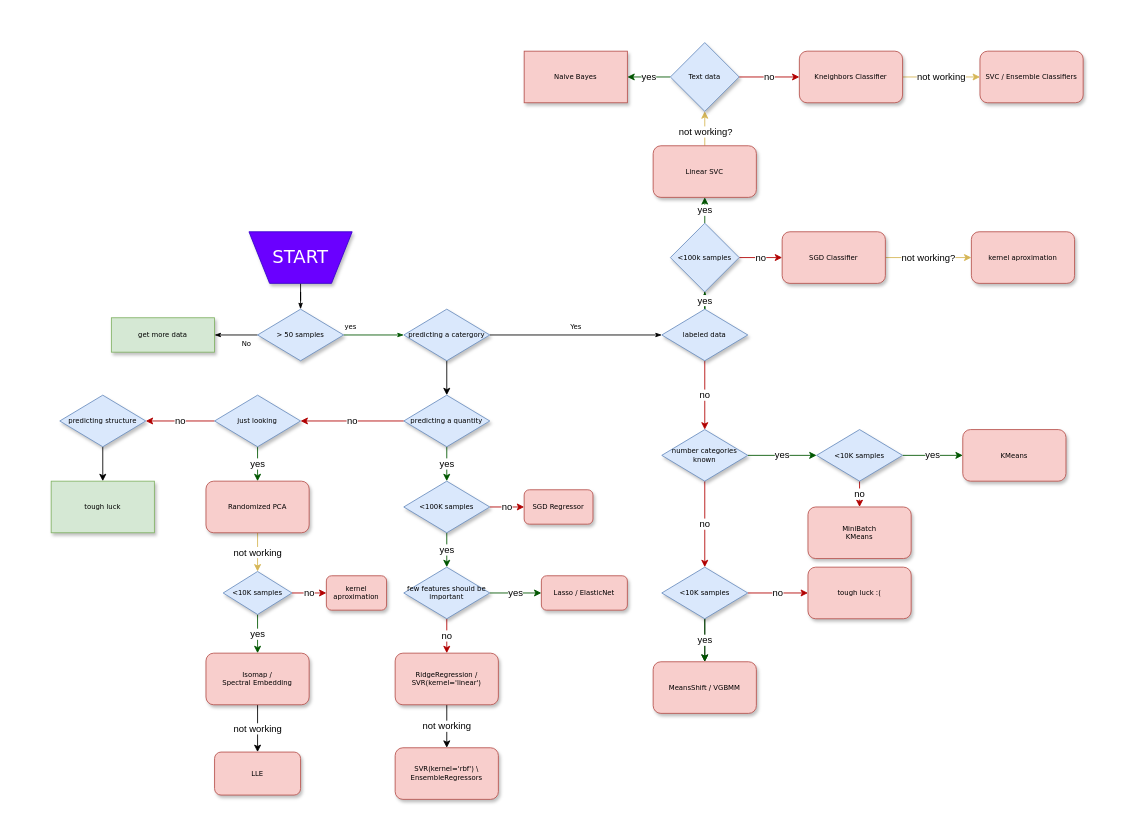
tomiock/sklearn-pipeline keeps this draw.io diagram as flow.drawio. Above is the earlier version. Source tidied: cells renumbered, new cells numbered last; positions are measured from the earlier drawing's top-left corner, leaving out a move shared by most shapes. Both pictures are drawn from the tidied source at 86%, with x=0, y=0 at pixel (51, 42).
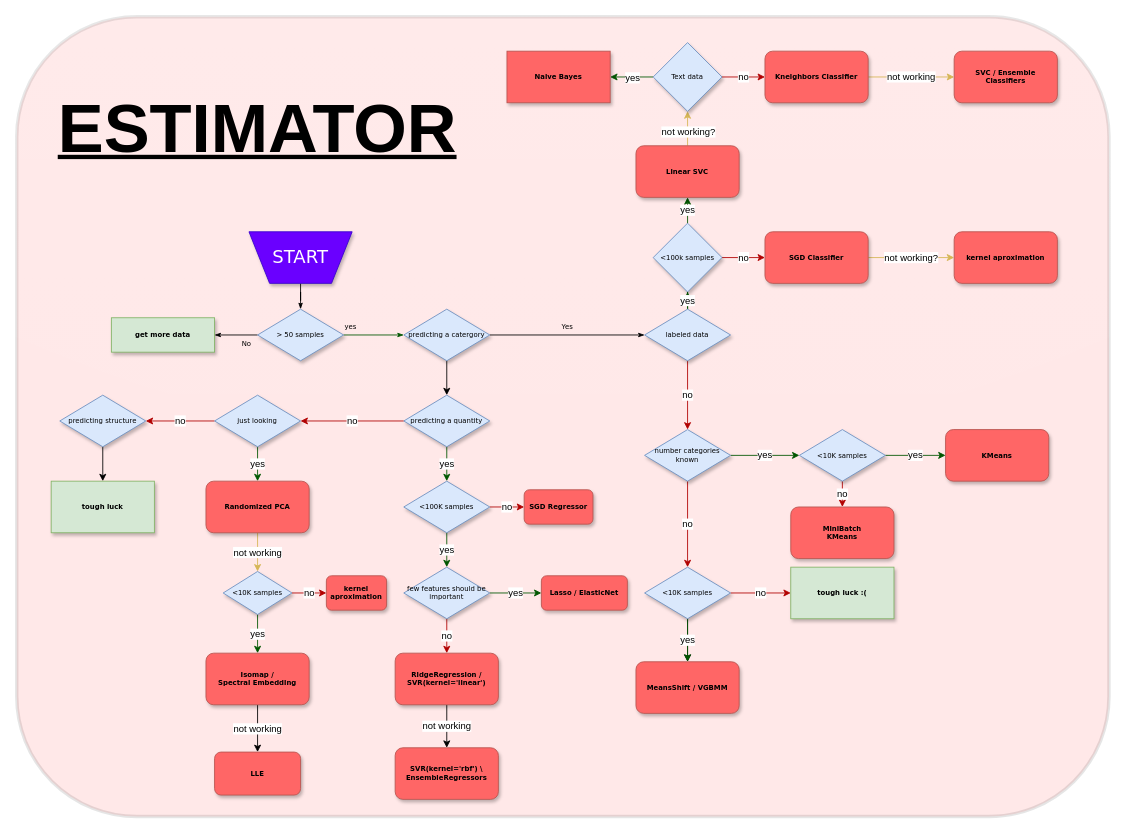
The same page after the edit.

What changed in the source:
```diff
@@
+    <mxCell id="73" style="rounded=1;whiteSpace=wrap;html=1;fontSize=11;fillColor=#FF2121;opacity=10;shadow=0;glass=1;strokeWidth=4;" parent="1" vertex="1">
+      <mxGeometry x="-40" y="-30" width="1270" height="930" as="geometry" />
+    </mxCell>
@@
-    <mxCell id="10" value="get more data" style="whiteSpace=wrap;html=1;rounded=0;shadow=1;labelBackgroundColor=none;strokeWidth=1;fontFamily=Verdana;fontSize=8;align=center;strokeColor=#82b366;fillColor=#d5e8d4;" parent="1" vertex="1">
+    <mxCell id="10" value="get more data" style="whiteSpace=wrap;html=1;rounded=0;shadow=1;labelBackgroundColor=none;strokeWidth=1;fontFamily=Verdana;fontSize=8;align=center;strokeColor=#82b366;fillColor=#d5e8d4;fontStyle=1;" parent="1" vertex="1">
       <mxGeometry x="70" y="320" width="120" height="40" as="geometry" />
     </mxCell>
@@
     <mxCell id="13" value="labeled data" style="rhombus;whiteSpace=wrap;html=1;rounded=0;shadow=1;labelBackgroundColor=none;strokeWidth=1;fontFamily=Verdana;fontSize=8;align=center;fillColor=#dae8fc;strokeColor=#6c8ebf;" parent="1" vertex="1">
-      <mxGeometry x="710" y="310" width="100" height="60" as="geometry" />
+      <mxGeometry x="690" y="310" width="100" height="60" as="geometry" />
     </mxCell>
@@
     <mxCell id="16" value="&amp;lt;100k samples" style="rhombus;whiteSpace=wrap;html=1;fontSize=8;fontFamily=Verdana;rounded=0;shadow=1;labelBackgroundColor=none;strokeWidth=1;fillColor=#dae8fc;strokeColor=#6c8ebf;" parent="1" vertex="1">
-      <mxGeometry x="720" y="210" width="80" height="80" as="geometry" />
+      <mxGeometry x="700" y="210" width="80" height="80" as="geometry" />
     </mxCell>
@@
-    <mxCell id="18" value="SGD Classifier" style="whiteSpace=wrap;html=1;fontSize=8;fontFamily=Verdana;rounded=1;shadow=1;labelBackgroundColor=none;strokeWidth=1;fillColor=#f8cecc;strokeColor=#b85450;" parent="1" vertex="1">
-      <mxGeometry x="850" y="220" width="120" height="60" as="geometry" />
+    <mxCell id="18" value="SGD Classifier" style="whiteSpace=wrap;html=1;fontSize=8;fontFamily=Verdana;rounded=1;shadow=1;labelBackgroundColor=none;strokeWidth=1;fillColor=#FF6666;strokeColor=#b85450;fontStyle=1;" parent="1" vertex="1">
+      <mxGeometry x="830" y="220" width="120" height="60" as="geometry" />
     </mxCell>
@@
-    <mxCell id="21" value="Linear SVC" style="whiteSpace=wrap;html=1;fontSize=8;fontFamily=Verdana;rounded=1;shadow=1;labelBackgroundColor=none;strokeWidth=1;fillColor=#f8cecc;strokeColor=#b85450;" parent="1" vertex="1">
-      <mxGeometry x="700" y="120" width="120" height="60" as="geometry" />
+    <mxCell id="21" value="Linear SVC" style="whiteSpace=wrap;html=1;fontSize=8;fontFamily=Verdana;rounded=1;shadow=1;labelBackgroundColor=none;strokeWidth=1;fillColor=#FF6666;strokeColor=#b85450;fontStyle=1;" parent="1" vertex="1">
+      <mxGeometry x="680" y="120" width="120" height="60" as="geometry" />
     </mxCell>
@@
     <mxCell id="24" value="number categories known" style="rhombus;whiteSpace=wrap;html=1;rounded=0;shadow=1;labelBackgroundColor=none;strokeWidth=1;fontFamily=Verdana;fontSize=8;align=center;fillColor=#dae8fc;strokeColor=#6c8ebf;" parent="1" vertex="1">
-      <mxGeometry x="710" y="450" width="100" height="60" as="geometry" />
+      <mxGeometry x="690" y="450" width="100" height="60" as="geometry" />
     </mxCell>
@@
     <mxCell id="28" value="&amp;lt;10K samples" style="rhombus;whiteSpace=wrap;html=1;rounded=0;shadow=1;labelBackgroundColor=none;strokeWidth=1;fontFamily=Verdana;fontSize=8;align=center;fillColor=#dae8fc;strokeColor=#6c8ebf;" parent="1" vertex="1">
-      <mxGeometry x="710" y="610" width="100" height="60" as="geometry" />
+      <mxGeometry x="690" y="610" width="100" height="60" as="geometry" />
     </mxCell>
@@
     <mxCell id="31" value="&amp;lt;10K samples" style="rhombus;whiteSpace=wrap;html=1;rounded=0;shadow=1;labelBackgroundColor=none;strokeWidth=1;fontFamily=Verdana;fontSize=8;align=center;fillColor=#dae8fc;strokeColor=#6c8ebf;" parent="1" vertex="1">
-      <mxGeometry x="890" y="450" width="100" height="60" as="geometry" />
+      <mxGeometry x="870" y="450" width="100" height="60" as="geometry" />
     </mxCell>
-    <mxCell id="32" value="KMeans" style="whiteSpace=wrap;html=1;fontSize=8;fontFamily=Verdana;rounded=1;shadow=1;labelBackgroundColor=none;strokeWidth=1;fillColor=#f8cecc;strokeColor=#b85450;" parent="1" vertex="1">
-      <mxGeometry x="1060" y="450" width="120" height="60" as="geometry" />
+    <mxCell id="32" value="KMeans" style="whiteSpace=wrap;html=1;fontSize=8;fontFamily=Verdana;rounded=1;shadow=1;labelBackgroundColor=none;strokeWidth=1;fillColor=#FF6666;strokeColor=#b85450;fontStyle=1;" parent="1" vertex="1">
+      <mxGeometry x="1040" y="450" width="120" height="60" as="geometry" />
     </mxCell>
-    <mxCell id="33" value="MiniBatch&lt;br&gt;KMeans" style="whiteSpace=wrap;html=1;fontSize=8;fontFamily=Verdana;rounded=1;shadow=1;labelBackgroundColor=none;strokeWidth=1;fillColor=#f8cecc;strokeColor=#b85450;" parent="1" vertex="1">
-      <mxGeometry x="880" y="540" width="120" height="60" as="geometry" />
+    <mxCell id="33" value="MiniBatch&lt;br&gt;KMeans" style="whiteSpace=wrap;html=1;fontSize=8;fontFamily=Verdana;rounded=1;shadow=1;labelBackgroundColor=none;strokeWidth=1;fillColor=#FF6666;strokeColor=#b85450;fontStyle=1;" parent="1" vertex="1">
+      <mxGeometry x="860" y="540" width="120" height="60" as="geometry" />
     </mxCell>
-    <mxCell id="34" value="tough luck :(" style="whiteSpace=wrap;html=1;fontSize=8;fontFamily=Verdana;rounded=1;shadow=1;labelBackgroundColor=none;strokeWidth=1;fillColor=#f8cecc;strokeColor=#b85450;" parent="1" vertex="1">
-      <mxGeometry x="880" y="610" width="120" height="60" as="geometry" />
+    <mxCell id="34" value="tough luck :(" style="whiteSpace=wrap;html=1;fontSize=8;fontFamily=Verdana;rounded=0;shadow=1;labelBackgroundColor=none;strokeWidth=1;fillColor=#d5e8d4;strokeColor=#82b366;fontStyle=1;" parent="1" vertex="1">
+      <mxGeometry x="860" y="610" width="120" height="60" as="geometry" />
     </mxCell>
-    <mxCell id="35" value="MeansShift / VGBMM" style="whiteSpace=wrap;html=1;fontSize=8;fontFamily=Verdana;rounded=1;shadow=1;labelBackgroundColor=none;strokeWidth=1;fillColor=#f8cecc;strokeColor=#b85450;" parent="1" vertex="1">
-      <mxGeometry x="700" y="720" width="120" height="60" as="geometry" />
+    <mxCell id="35" value="MeansShift / VGBMM" style="whiteSpace=wrap;html=1;fontSize=8;fontFamily=Verdana;rounded=1;shadow=1;labelBackgroundColor=none;strokeWidth=1;fillColor=#FF6666;strokeColor=#b85450;fontStyle=1;" parent="1" vertex="1">
+      <mxGeometry x="680" y="720" width="120" height="60" as="geometry" />
     </mxCell>
-    <mxCell id="36" value="kernel aproximation" style="whiteSpace=wrap;html=1;fontSize=8;fontFamily=Verdana;rounded=1;shadow=1;labelBackgroundColor=none;strokeWidth=1;fillColor=#f8cecc;strokeColor=#b85450;" parent="1" vertex="1">
-      <mxGeometry x="1070" y="220" width="120" height="60" as="geometry" />
+    <mxCell id="36" value="kernel aproximation" style="whiteSpace=wrap;html=1;fontSize=8;fontFamily=Verdana;rounded=1;shadow=1;labelBackgroundColor=none;strokeWidth=1;fillColor=#FF6666;strokeColor=#b85450;fontStyle=1;" parent="1" vertex="1">
+      <mxGeometry x="1050" y="220" width="120" height="60" as="geometry" />
     </mxCell>
@@
-    <mxCell id="38" value="yes" style="edgeStyle=orthogonalEdgeStyle;rounded=0;jettySize=auto;html=1;fillColor=#008a00;strokeColor=#005700;" parent="1" edge="1" source="39" target="43">
-      <mxGeometry relative="1" as="geometry" />
+    <mxCell id="38" value="yes" style="edgeStyle=orthogonalEdgeStyle;rounded=0;jettySize=auto;html=1;fillColor=#008a00;strokeColor=#005700;" parent="1" edge="1" source="39">
+      <mxGeometry relative="1" as="geometry">
+        <mxPoint x="650" y="40" as="targetPoint" />
+      </mxGeometry>
     </mxCell>
     <mxCell id="39" value="Text data" style="rhombus;whiteSpace=wrap;html=1;fontSize=8;fontFamily=Verdana;rounded=0;shadow=1;labelBackgroundColor=none;strokeWidth=1;fillColor=#dae8fc;strokeColor=#6c8ebf;" parent="1" vertex="1">
-      <mxGeometry x="720" width="80" height="80" as="geometry" />
+      <mxGeometry x="700" width="80" height="80" as="geometry" />
     </mxCell>
@@
-    <mxCell id="41" value="Kneighbors Classifier" style="whiteSpace=wrap;html=1;fontSize=8;fontFamily=Verdana;rounded=1;shadow=1;labelBackgroundColor=none;strokeWidth=1;fillColor=#f8cecc;strokeColor=#b85450;" parent="1" vertex="1">
-      <mxGeometry x="870" y="10" width="120" height="60" as="geometry" />
+    <mxCell id="41" value="Kneighbors Classifier" style="whiteSpace=wrap;html=1;fontSize=8;fontFamily=Verdana;rounded=1;shadow=1;labelBackgroundColor=none;strokeWidth=1;fillColor=#FF6666;strokeColor=#b85450;fontStyle=1;" parent="1" vertex="1">
+      <mxGeometry x="830" y="10" width="120" height="60" as="geometry" />
     </mxCell>
-    <mxCell id="42" value="SVC / Ensemble Classifiers" style="whiteSpace=wrap;html=1;fontSize=8;fontFamily=Verdana;rounded=1;shadow=1;labelBackgroundColor=none;strokeWidth=1;fillColor=#f8cecc;strokeColor=#b85450;" parent="1" vertex="1">
-      <mxGeometry x="1080" y="10" width="120" height="60" as="geometry" />
+    <mxCell id="42" value="SVC / Ensemble Classifiers" style="whiteSpace=wrap;html=1;fontSize=8;fontFamily=Verdana;rounded=1;shadow=1;labelBackgroundColor=none;strokeWidth=1;fillColor=#FF6666;strokeColor=#b85450;fontStyle=1;" parent="1" vertex="1">
+      <mxGeometry x="1050" y="10" width="120" height="60" as="geometry" />
     </mxCell>
-    <mxCell id="43" value="Naive Bayes" style="whiteSpace=wrap;html=1;fontSize=8;fontFamily=Verdana;rounded=0;shadow=1;labelBackgroundColor=none;strokeWidth=1;fillColor=#f8cecc;strokeColor=#b85450;" parent="1" vertex="1">
-      <mxGeometry x="550" y="10" width="120" height="60" as="geometry" />
+    <mxCell id="43" value="Naive Bayes" style="whiteSpace=wrap;html=1;fontSize=8;fontFamily=Verdana;rounded=0;shadow=1;labelBackgroundColor=none;strokeWidth=1;fillColor=#FF6666;strokeColor=#b85450;fontStyle=1;" parent="1" vertex="1">
+      <mxGeometry x="530" y="10" width="120" height="60" as="geometry" />
     </mxCell>
@@
-    <mxCell id="50" value="SGD Regressor" style="whiteSpace=wrap;html=1;fontSize=8;fontFamily=Verdana;rounded=1;shadow=1;labelBackgroundColor=none;strokeWidth=1;fillColor=#f8cecc;strokeColor=#b85450;" parent="1" vertex="1">
+    <mxCell id="50" value="SGD Regressor" style="whiteSpace=wrap;html=1;fontSize=8;fontFamily=Verdana;rounded=1;shadow=1;labelBackgroundColor=none;strokeWidth=1;fillColor=#FF6666;strokeColor=#b85450;fontStyle=1;" parent="1" vertex="1">
       <mxGeometry x="550" y="520" width="80" height="40" as="geometry" />
     </mxCell>
@@
-    <mxCell id="54" value="Lasso / ElasticNet" style="whiteSpace=wrap;html=1;fontSize=8;fontFamily=Verdana;rounded=1;shadow=1;labelBackgroundColor=none;strokeWidth=1;fillColor=#f8cecc;strokeColor=#b85450;" parent="1" vertex="1">
+    <mxCell id="54" value="Lasso / ElasticNet" style="whiteSpace=wrap;html=1;fontSize=8;fontFamily=Verdana;rounded=1;shadow=1;labelBackgroundColor=none;strokeWidth=1;fillColor=#FF6666;strokeColor=#b85450;fontStyle=1;" parent="1" vertex="1">
       <mxGeometry x="570" y="620" width="100" height="40" as="geometry" />
     </mxCell>
@@
-    <mxCell id="56" value="RidgeRegression / SVR(kernel='linear')" style="whiteSpace=wrap;html=1;fontSize=8;fontFamily=Verdana;rounded=1;shadow=1;labelBackgroundColor=none;strokeWidth=1;fillColor=#f8cecc;strokeColor=#b85450;" parent="1" vertex="1">
+    <mxCell id="56" value="RidgeRegression / SVR(kernel='linear')" style="whiteSpace=wrap;html=1;fontSize=8;fontFamily=Verdana;rounded=1;shadow=1;labelBackgroundColor=none;strokeWidth=1;fillColor=#FF6666;strokeColor=#b85450;fontStyle=1;" parent="1" vertex="1">
       <mxGeometry x="400" y="710" width="120" height="60" as="geometry" />
     </mxCell>
-    <mxCell id="57" value="SVR(kernel='rbf') \&lt;br&gt;EnsembleRegressors" style="whiteSpace=wrap;html=1;fontSize=8;fontFamily=Verdana;rounded=1;shadow=1;labelBackgroundColor=none;strokeWidth=1;fillColor=#f8cecc;strokeColor=#b85450;" parent="1" vertex="1">
+    <mxCell id="57" value="SVR(kernel='rbf') \&lt;br&gt;EnsembleRegressors" style="whiteSpace=wrap;html=1;fontSize=8;fontFamily=Verdana;rounded=1;shadow=1;labelBackgroundColor=none;strokeWidth=1;fillColor=#FF6666;strokeColor=#b85450;fontStyle=1;" parent="1" vertex="1">
       <mxGeometry x="400" y="820" width="120" height="60" as="geometry" />
     </mxCell>
@@
-    <mxCell id="62" value="Randomized PCA" style="whiteSpace=wrap;html=1;fontSize=8;fontFamily=Verdana;rounded=1;shadow=1;labelBackgroundColor=none;strokeWidth=1;fillColor=#f8cecc;strokeColor=#b85450;" parent="1" vertex="1">
+    <mxCell id="62" value="Randomized PCA" style="whiteSpace=wrap;html=1;fontSize=8;fontFamily=Verdana;rounded=1;shadow=1;labelBackgroundColor=none;strokeWidth=1;fillColor=#FF6666;strokeColor=#b85450;fontStyle=1;" parent="1" vertex="1">
       <mxGeometry x="180" y="510" width="120" height="60" as="geometry" />
     </mxCell>
@@
-    <mxCell id="66" value="kernel aproximation" style="whiteSpace=wrap;html=1;fontSize=8;fontFamily=Verdana;rounded=1;shadow=1;labelBackgroundColor=none;strokeWidth=1;fillColor=#f8cecc;strokeColor=#b85450;" parent="1" vertex="1">
+    <mxCell id="66" value="kernel aproximation" style="whiteSpace=wrap;html=1;fontSize=8;fontFamily=Verdana;rounded=1;shadow=1;labelBackgroundColor=none;strokeWidth=1;fillColor=#FF6666;strokeColor=#b85450;fontStyle=1;" parent="1" vertex="1">
       <mxGeometry x="320" y="620" width="70" height="40" as="geometry" />
     </mxCell>
@@
-    <mxCell id="68" value="Isomap /&lt;br&gt;Spectral Embedding" style="whiteSpace=wrap;html=1;fontSize=8;fontFamily=Verdana;rounded=1;shadow=1;labelBackgroundColor=none;strokeWidth=1;fillColor=#f8cecc;strokeColor=#b85450;" parent="1" vertex="1">
+    <mxCell id="68" value="Isomap /&lt;br&gt;Spectral Embedding" style="whiteSpace=wrap;html=1;fontSize=8;fontFamily=Verdana;rounded=1;shadow=1;labelBackgroundColor=none;strokeWidth=1;fillColor=#FF6666;strokeColor=#b85450;fontStyle=1;" parent="1" vertex="1">
       <mxGeometry x="180" y="710" width="120" height="60" as="geometry" />
     </mxCell>
-    <mxCell id="69" value="LLE" style="whiteSpace=wrap;html=1;fontSize=8;fontFamily=Verdana;rounded=1;shadow=1;labelBackgroundColor=none;strokeWidth=1;fillColor=#f8cecc;strokeColor=#b85450;" parent="1" vertex="1">
+    <mxCell id="69" value="LLE" style="whiteSpace=wrap;html=1;fontSize=8;fontFamily=Verdana;rounded=1;shadow=1;labelBackgroundColor=none;strokeWidth=1;fillColor=#FF6666;strokeColor=#b85450;fontStyle=1;" parent="1" vertex="1">
       <mxGeometry x="190" y="825" width="100" height="50" as="geometry" />
     </mxCell>
@@
-    <mxCell id="72" value="tough luck" style="whiteSpace=wrap;html=1;fontSize=8;fontFamily=Verdana;rounded=0;shadow=1;labelBackgroundColor=none;strokeWidth=1;strokeColor=#82b366;fillColor=#d5e8d4;" parent="1" vertex="1">
+    <mxCell id="72" value="tough luck" style="whiteSpace=wrap;html=1;fontSize=8;fontFamily=Verdana;rounded=0;shadow=1;labelBackgroundColor=none;strokeWidth=1;strokeColor=#82b366;fillColor=#d5e8d4;fontStyle=1;" parent="1" vertex="1">
       <mxGeometry y="510" width="120" height="60" as="geometry" />
     </mxCell>
+    <mxCell id="74" value="&lt;b&gt;&lt;u&gt;&lt;font style=&quot;font-size: 80px;&quot;&gt;ESTIMATOR&lt;/font&gt;&lt;/u&gt;&lt;/b&gt;" style="text;html=1;strokeColor=none;fillColor=none;align=center;verticalAlign=middle;whiteSpace=wrap;rounded=0;shadow=0;glass=1;sketch=0;strokeWidth=4;fontSize=50;opacity=10;" parent="1" vertex="1">
+      <mxGeometry x="40" y="50" width="400" height="100" as="geometry" />
+    </mxCell>
```
